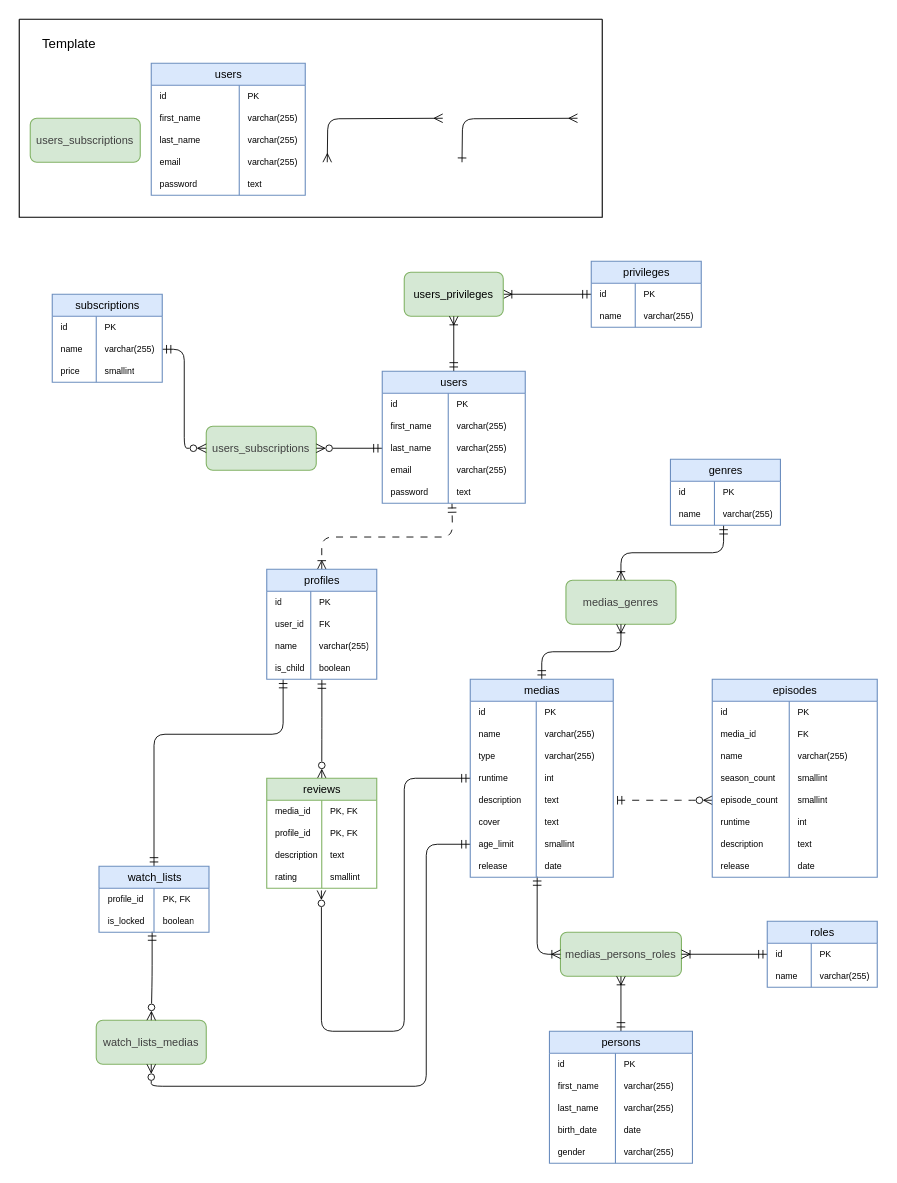
Before: docs/diagrams/physical.drawio in Team-AB-DevOps/ab-dbd25, a draw.io diagram. Source tidied: cells renumbered, new cells numbered last; positions are measured from the earlier drawing's top-left corner, leaving out a move shared by most shapes. Both pictures are drawn from the tidied source at 110%, with x=0, y=0 at pixel (19, 19).
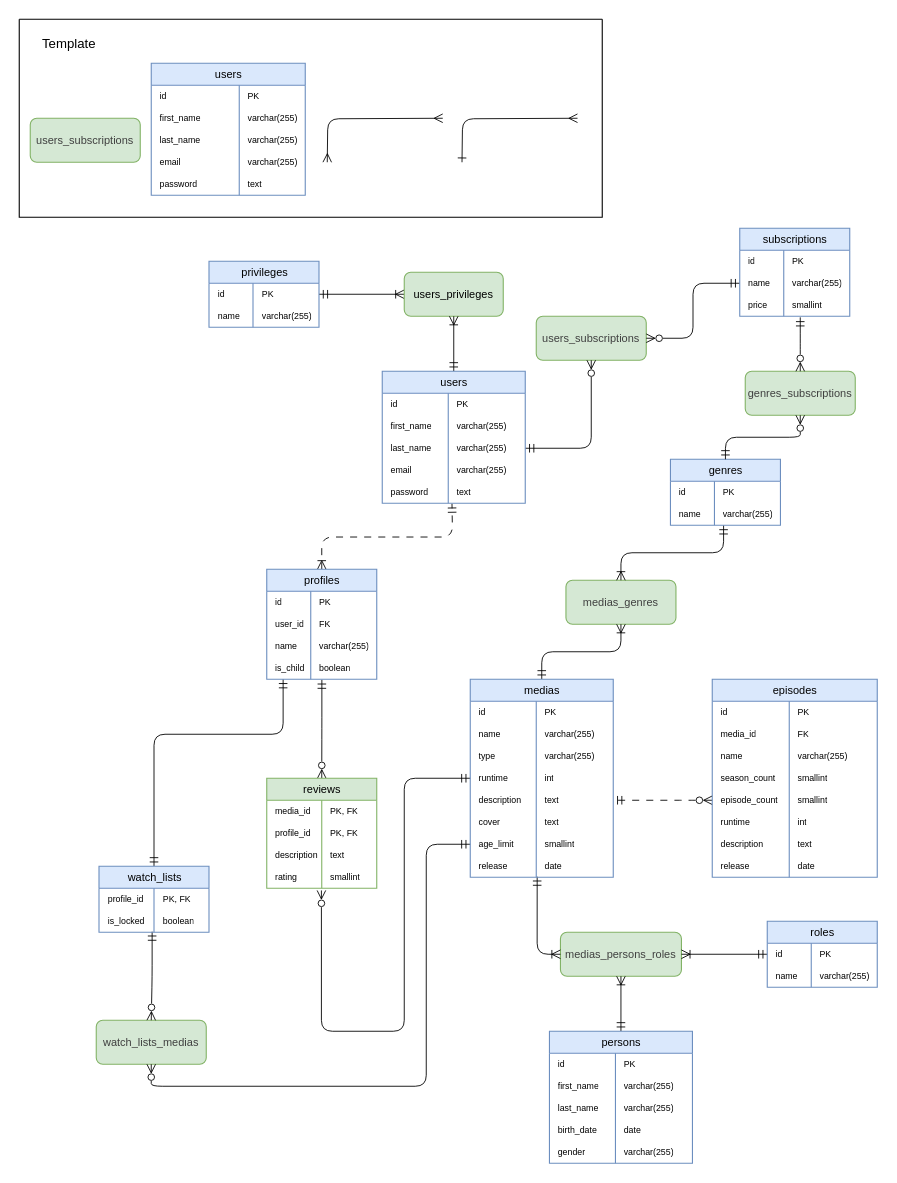
The same page after the edit.

The change refers to these unchanged cells:
```xml
<mxCell id="3" value="&lt;span style=&quot;color: rgb(0, 0, 0);&quot;&gt;&lt;font style=&quot;font-size: 10px;&quot;&gt;users_privileges&lt;/font&gt;&lt;/span&gt;" style="rounded=1;whiteSpace=wrap;html=1;fillColor=#d5e8d4;strokeColor=#82b366;" parent="1" vertex="1">
  <mxGeometry x="350" y="230" width="90" height="40" as="geometry" />
</mxCell>
<mxCell id="45" style="shape=tableRow;horizontal=0;startSize=0;swimlaneHead=0;swimlaneBody=0;fillColor=none;points=[[0,0.5],[1,0.5]];portConstraint=eastwest;top=0;left=0;right=0;bottom=0;" parent="44" vertex="1">
  <mxGeometry y="20" width="100" height="20" as="geometry" />
</mxCell>
<mxCell id="58" style="shape=tableRow;horizontal=0;startSize=0;swimlaneHead=0;swimlaneBody=0;fillColor=none;points=[[0,0.5],[1,0.5]];portConstraint=eastwest;top=0;left=0;right=0;bottom=0;" parent="51" vertex="1">
  <mxGeometry y="60" width="130" height="20" as="geometry" />
</mxCell>
<mxCell id="71" style="shape=tableRow;horizontal=0;startSize=0;swimlaneHead=0;swimlaneBody=0;fillColor=none;points=[[0,0.5],[1,0.5]];portConstraint=eastwest;top=0;left=0;right=0;bottom=0;" parent="67" vertex="1">
  <mxGeometry y="40" width="100" height="20" as="geometry" />
</mxCell>
<mxCell id="90" value="&lt;span style=&quot;font-weight: normal;&quot;&gt;&lt;font style=&quot;font-size: 10px;&quot;&gt;genres&lt;/font&gt;&lt;/span&gt;" style="shape=table;startSize=20;childLayout=tableLayout;rowLines=0;fontStyle=1;align=center;html=1;fontSize=8;fillColor=#dae8fc;strokeColor=#6c8ebf;swimlaneLine=1;shadow=0;rounded=0;columnLines=1;swimlaneHead=1;swimlaneBody=1;horizontal=1;top=1;bottom=1;left=1;right=1;" parent="1" vertex="1">
  <mxGeometry x="592" y="400" width="100" height="60" as="geometry" />
</mxCell>
```

What changed in the source:
```diff
@@
-    <mxCell id="2" style="edgeStyle=orthogonalEdgeStyle;html=1;endArrow=ERoneToMany;endFill=0;startArrow=ERmandOne;startFill=0;strokeWidth=0.8;entryX=1;entryY=0.5;entryDx=0;entryDy=0;exitX=0;exitY=0.5;exitDx=0;exitDy=0;" parent="1" edge="1" source="44" target="3">
+    <mxCell id="2" style="edgeStyle=orthogonalEdgeStyle;html=1;endArrow=ERoneToMany;endFill=0;startArrow=ERmandOne;startFill=0;strokeWidth=0.8;entryX=0;entryY=0.5;entryDx=0;entryDy=0;exitX=1;exitY=0.5;exitDx=0;exitDy=0;" parent="1" edge="1" source="45" target="3">
       <mxGeometry relative="1" as="geometry" />
     </mxCell>
@@
     <mxCell id="5" value="&lt;span style=&quot;color: rgb(63, 63, 63); font-size: 10px;&quot;&gt;users_subscriptions&lt;/span&gt;" style="rounded=1;whiteSpace=wrap;html=1;fillColor=#d5e8d4;strokeColor=#82b366;" parent="1" vertex="1">
-      <mxGeometry x="170" y="370" width="100" height="40" as="geometry" />
+      <mxGeometry x="470" y="270" width="100" height="40" as="geometry" />
     </mxCell>
-    <mxCell id="6" style="edgeStyle=orthogonalEdgeStyle;html=1;endArrow=ERmandOne;endFill=0;startArrow=ERzeroToMany;startFill=0;strokeWidth=0.8;exitX=0;exitY=0.5;exitDx=0;exitDy=0;entryX=1;entryY=0.5;entryDx=0;entryDy=0;" parent="1" edge="1" source="5" target="71">
+    <mxCell id="6" style="edgeStyle=orthogonalEdgeStyle;html=1;endArrow=ERmandOne;endFill=0;startArrow=ERzeroToMany;startFill=0;strokeWidth=0.8;exitX=1;exitY=0.5;exitDx=0;exitDy=0;entryX=0;entryY=0.5;entryDx=0;entryDy=0;" parent="1" edge="1" source="5" target="71">
       <mxGeometry relative="1" as="geometry" />
     </mxCell>
-    <mxCell id="7" style="edgeStyle=orthogonalEdgeStyle;html=1;endArrow=ERzeroToMany;endFill=0;startArrow=ERmandOne;startFill=0;strokeWidth=0.8;entryX=1;entryY=0.5;entryDx=0;entryDy=0;exitX=0;exitY=0.5;exitDx=0;exitDy=0;" parent="1" edge="1" source="58" target="5">
+    <mxCell id="7" style="edgeStyle=orthogonalEdgeStyle;html=1;endArrow=ERzeroToMany;endFill=0;startArrow=ERmandOne;startFill=0;strokeWidth=0.8;entryX=0.5;entryY=1;entryDx=0;entryDy=0;exitX=1;exitY=0.5;exitDx=0;exitDy=0;" parent="1" edge="1" source="58" target="5">
       <mxGeometry relative="1" as="geometry" />
     </mxCell>
@@
     <mxCell id="44" value="&lt;span style=&quot;font-weight: normal;&quot;&gt;&lt;font style=&quot;font-size: 10px;&quot;&gt;privileges&lt;/font&gt;&lt;/span&gt;" style="shape=table;startSize=20;childLayout=tableLayout;rowLines=0;fontStyle=1;align=center;html=1;fontSize=8;fillColor=#dae8fc;strokeColor=#6c8ebf;swimlaneLine=1;shadow=0;rounded=0;columnLines=1;swimlaneHead=1;swimlaneBody=1;horizontal=1;top=1;bottom=1;left=1;right=1;" parent="1" vertex="1">
-      <mxGeometry x="520" y="220" width="100" height="60" as="geometry" />
+      <mxGeometry x="172.5" y="220" width="100" height="60" as="geometry" />
     </mxCell>
@@
     <mxCell id="67" value="&lt;span style=&quot;font-weight: normal;&quot;&gt;&lt;font style=&quot;font-size: 10px;&quot;&gt;subscriptions&lt;/font&gt;&lt;/span&gt;" style="shape=table;startSize=20;childLayout=tableLayout;rowLines=0;fontStyle=1;align=center;html=1;fontSize=8;fillColor=#dae8fc;strokeColor=#6c8ebf;swimlaneLine=1;shadow=0;rounded=0;columnLines=1;swimlaneHead=1;swimlaneBody=1;horizontal=1;top=1;bottom=1;left=1;right=1;" parent="1" vertex="1">
-      <mxGeometry x="30" y="250" width="100" height="80" as="geometry" />
+      <mxGeometry x="655" y="190" width="100" height="80" as="geometry" />
     </mxCell>
@@
+    <mxCell id="190" value="&lt;span style=&quot;color: rgb(63, 63, 63); font-size: 10px;&quot;&gt;genres_subscriptions&lt;/span&gt;" style="rounded=1;whiteSpace=wrap;html=1;fillColor=#d5e8d4;strokeColor=#82b366;" parent="1" vertex="1">
+      <mxGeometry x="660" y="320" width="100" height="40" as="geometry" />
+    </mxCell>
+    <mxCell id="191" style="edgeStyle=orthogonalEdgeStyle;html=1;endArrow=ERzeroToMany;endFill=0;startArrow=ERmandOne;startFill=0;strokeWidth=0.8;entryX=0.5;entryY=1;entryDx=0;entryDy=0;exitX=0.5;exitY=0;exitDx=0;exitDy=0;" parent="1" edge="1" source="90" target="190">
+      <mxGeometry relative="1" as="geometry" />
+    </mxCell>
+    <mxCell id="192" style="edgeStyle=orthogonalEdgeStyle;html=1;endArrow=ERmandOne;endFill=0;startArrow=ERzeroToMany;startFill=0;strokeWidth=0.8;exitX=0.5;exitY=0;exitDx=0;exitDy=0;" parent="1" edge="1" source="190">
+      <mxGeometry relative="1" as="geometry">
+        <mxPoint x="710" y="271" as="targetPoint" />
+      </mxGeometry>
+    </mxCell>
```
